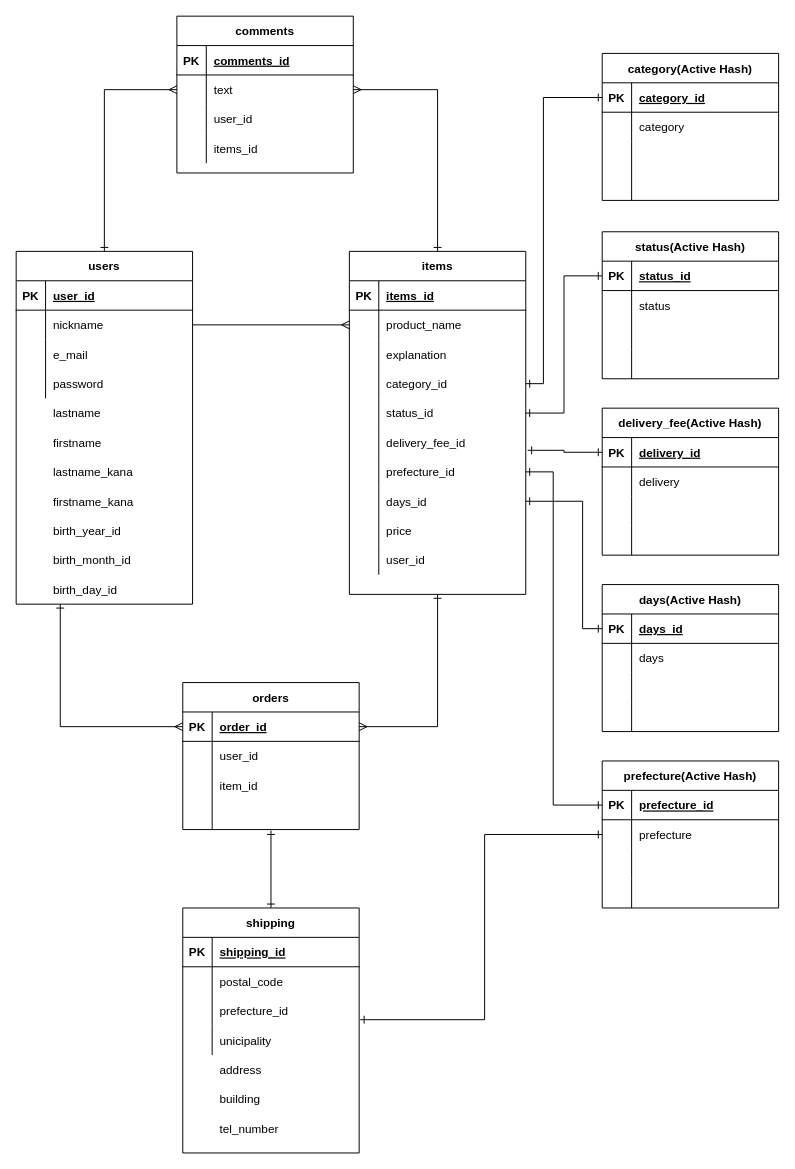
KengoWakida/furima-35913 keeps this draw.io diagram as er.dio. Above is the earlier version. Source tidied: cells renumbered, new cells numbered last; positions are measured from the earlier drawing's top-left corner, leaving out a move shared by most shapes. Both pictures are drawn from the tidied source at 98%, with x=0, y=0 at pixel (16, 16).
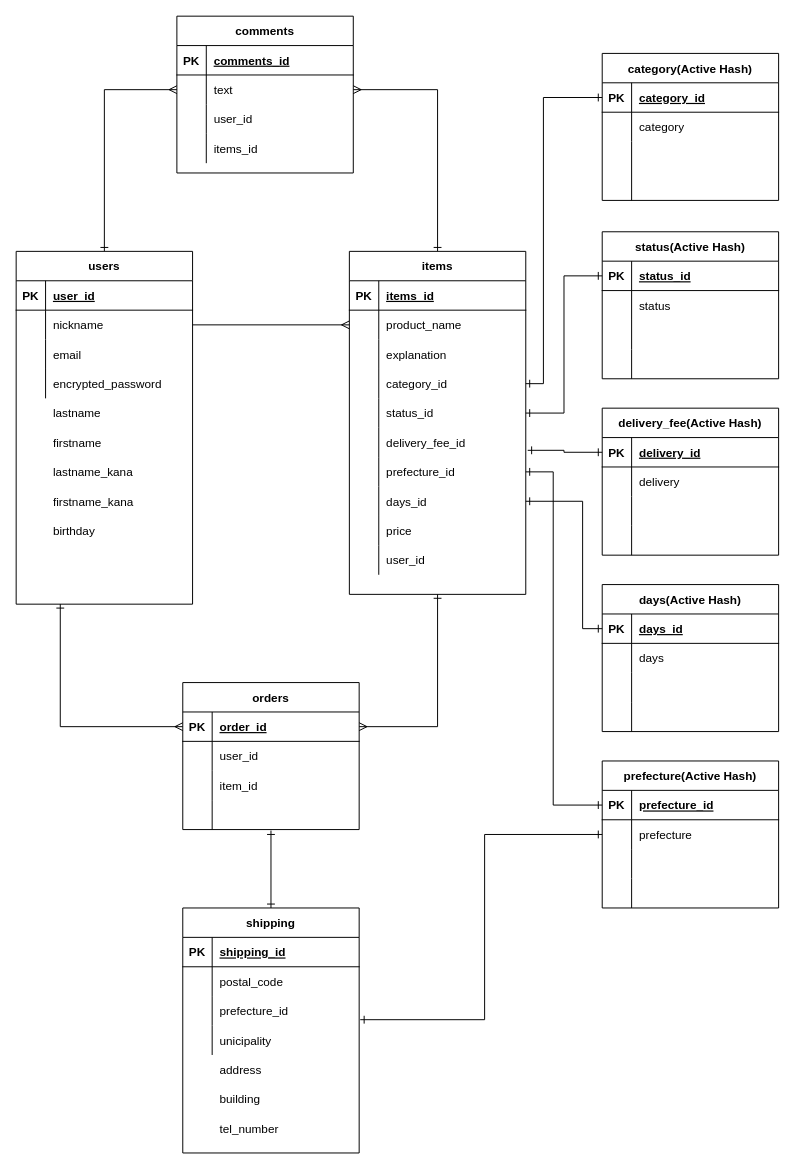
The same diagram, later.

The change refers to these unchanged cells:
```xml
<mxCell id="11" style="shape=partialRectangle;fillColor=none;top=0;left=0;bottom=0;right=0;" parent="4" vertex="1">
  <mxGeometry y="90" width="180" height="30" as="geometry" />
</mxCell>
<mxCell id="14" style="shape=partialRectangle;fillColor=none;top=0;left=0;bottom=0;right=0;" parent="4" vertex="1">
  <mxGeometry y="120" width="180" height="30" as="geometry" />
</mxCell>
```

What changed in the source:
```diff
@@
-    <mxCell id="13" value="e_mail" style="shape=partialRectangle;fillColor=none;top=0;left=0;bottom=0;right=0;align=left;spacingLeft=6;overflow=hidden;" parent="11" vertex="1">
+    <mxCell id="13" value="email" style="shape=partialRectangle;fillColor=none;top=0;left=0;bottom=0;right=0;align=left;spacingLeft=6;overflow=hidden;" parent="11" vertex="1">
       <mxGeometry x="30" width="150" height="30" as="geometry" />
     </mxCell>
@@
-    <mxCell id="16" value="password" style="shape=partialRectangle;fillColor=none;top=0;left=0;bottom=0;right=0;align=left;spacingLeft=6;overflow=hidden;" parent="14" vertex="1">
+    <mxCell id="16" value="encrypted_password" style="shape=partialRectangle;fillColor=none;top=0;left=0;bottom=0;right=0;align=left;spacingLeft=6;overflow=hidden;" parent="14" vertex="1">
       <mxGeometry x="30" width="150" height="30" as="geometry" />
     </mxCell>
@@
-    <mxCell id="21" value="birth_year_id" style="shape=partialRectangle;fillColor=none;top=0;left=0;bottom=0;right=0;align=left;spacingLeft=6;overflow=hidden;" parent="1" vertex="1">
+    <mxCell id="21" value="birthday" style="shape=partialRectangle;fillColor=none;top=0;left=0;bottom=0;right=0;align=left;spacingLeft=6;overflow=hidden;" parent="1" vertex="1">
       <mxGeometry x="30" y="510" width="150" height="30" as="geometry" />
     </mxCell>
-    <mxCell id="22" value="birth_month_id" style="shape=partialRectangle;fillColor=none;top=0;left=0;bottom=0;right=0;align=left;spacingLeft=6;overflow=hidden;" parent="1" vertex="1">
-      <mxGeometry x="30" y="540" width="150" height="30" as="geometry" />
-    </mxCell>
-    <mxCell id="23" value="birth_day_id" style="shape=partialRectangle;fillColor=none;top=0;left=0;bottom=0;right=0;align=left;spacingLeft=6;overflow=hidden;" parent="1" vertex="1">
-      <mxGeometry x="30" y="570" width="150" height="30" as="geometry" />
-    </mxCell>
```
